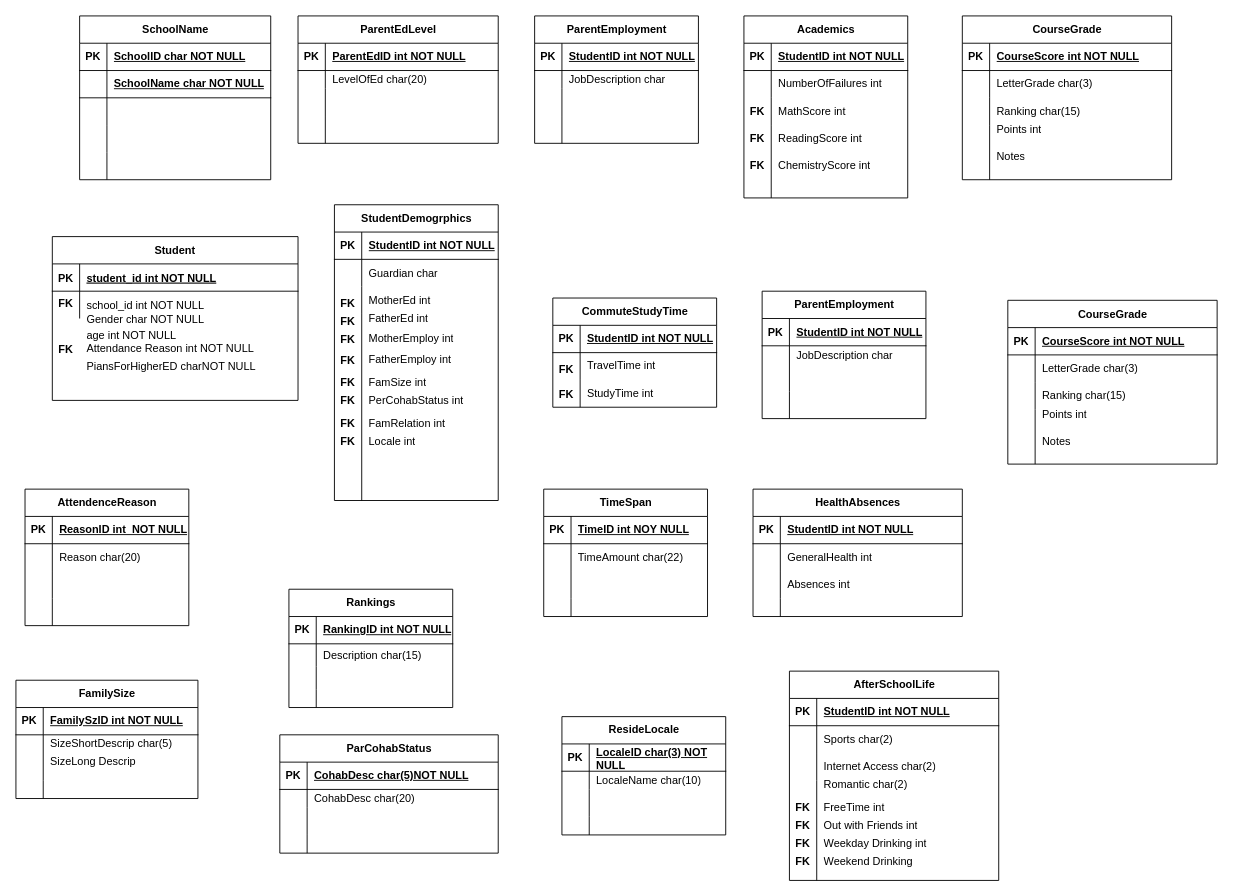
burplace/jmm keeps this draw.io diagram as Untitled Diagram.drawio. Above is the earlier version. Source tidied: cells renumbered, new cells numbered last; positions are measured from the earlier drawing's top-left corner, leaving out a move shared by most shapes. Both pictures are drawn from the tidied source at 91%, with x=0, y=0 at pixel (15, 15).
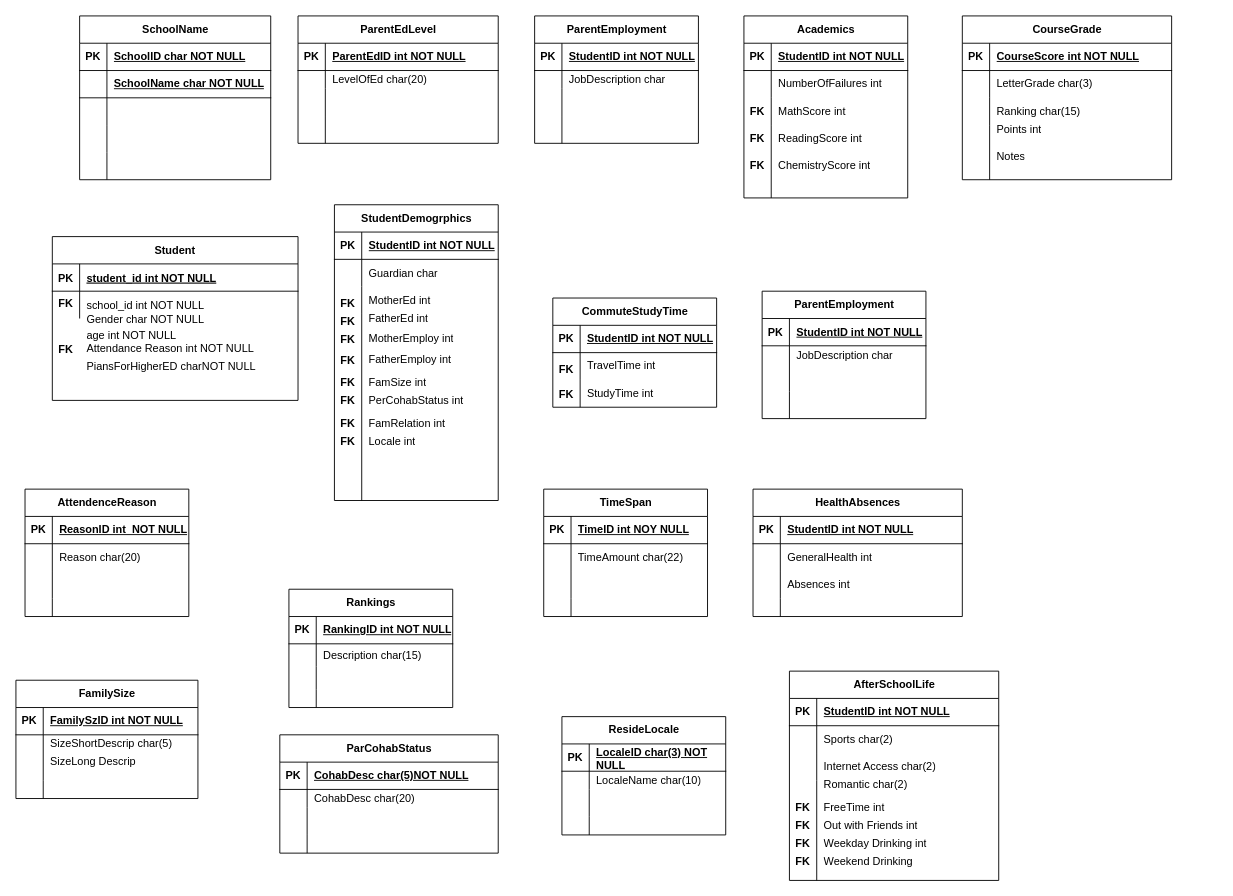
The same page after the edit.

Unchanged cells that the change refers to:
```xml
<mxCell id="213" style="shape=tableRow;horizontal=0;startSize=0;swimlaneHead=0;swimlaneBody=0;fillColor=none;top=0;left=0;right=0;bottom=0;" parent="1" vertex="1">
  <mxGeometry x="1040" y="397.5" width="180" height="80" as="geometry" />
</mxCell>
```

The edit, as a diff of the source:
```diff
@@
     <mxCell id="81" value="AttendenceReason" style="shape=table;startSize=30;childLayout=tableLayout;rowLines=0;fontStyle=1;align=center;html=1;" parent="1" vertex="1">
-      <mxGeometry x="10" y="520" width="180" height="150" as="geometry" />
+      <mxGeometry x="10" y="520" width="180" height="140" as="geometry" />
     </mxCell>
@@
     <mxCell id="91" style="shape=tableRow;horizontal=0;startSize=0;swimlaneHead=0;swimlaneBody=0;fillColor=none;top=0;left=0;right=0;bottom=0;" parent="81" vertex="1">
-      <mxGeometry y="120" width="180" height="30" as="geometry" />
+      <mxGeometry y="120" width="180" height="20" as="geometry" />
     </mxCell>
     <mxCell id="92" style="shape=partialRectangle;fillColor=none;top=0;left=0;bottom=0;right=0;overflow=hidden;whiteSpace=wrap;html=1;" parent="91" vertex="1">
-      <mxGeometry width="30" height="30" as="geometry" />
+      <mxGeometry width="30" height="20" as="geometry" />
     </mxCell>
     <mxCell id="93" style="shape=partialRectangle;fillColor=none;top=0;left=0;bottom=0;right=0;align=left;spacingLeft=6;overflow=hidden;whiteSpace=wrap;html=1;" parent="91" vertex="1">
-      <mxGeometry x="30" width="150" height="30" as="geometry" />
+      <mxGeometry x="30" width="150" height="20" as="geometry" />
     </mxCell>
@@
-    <mxCell id="215" style="shape=partialRectangle;fillColor=none;top=0;left=0;bottom=0;right=0;align=left;spacingLeft=6;overflow=hidden;whiteSpace=wrap;html=1;" parent="213" vertex="1">
-      <mxGeometry x="30" width="150" height="80" as="geometry" />
-    </mxCell>
@@
-    <mxCell id="242" value="CourseGrade" style="shape=table;startSize=30;childLayout=tableLayout;rowLines=0;fontStyle=1;align=center;html=1;" parent="1" vertex="1">
-      <mxGeometry x="1090" y="312.5" width="230" height="180" as="geometry" />
-    </mxCell>
-    <mxCell id="243" style="shape=tableRow;horizontal=0;startSize=0;swimlaneHead=0;swimlaneBody=0;fillColor=none;top=0;left=0;right=0;bottom=1;" parent="242" vertex="1">
-      <mxGeometry y="30" width="230" height="30" as="geometry" />
-    </mxCell>
-    <mxCell id="244" value="PK" style="shape=partialRectangle;fillColor=none;top=0;left=0;bottom=0;right=0;fontStyle=1;overflow=hidden;whiteSpace=wrap;html=1;" parent="243" vertex="1">
-      <mxGeometry width="30" height="30" as="geometry" />
-    </mxCell>
-    <mxCell id="245" value="CourseScore int NOT NULL" style="shape=partialRectangle;fillColor=none;top=0;left=0;bottom=0;right=0;align=left;spacingLeft=6;fontStyle=5;overflow=hidden;whiteSpace=wrap;html=1;" parent="243" vertex="1">
-      <mxGeometry x="30" width="200" height="30" as="geometry" />
-    </mxCell>
-    <mxCell id="246" style="shape=tableRow;horizontal=0;startSize=0;swimlaneHead=0;swimlaneBody=0;fillColor=none;top=0;left=0;right=0;bottom=0;" parent="242" vertex="1">
-      <mxGeometry y="60" width="230" height="30" as="geometry" />
-    </mxCell>
-    <mxCell id="247" style="shape=partialRectangle;fillColor=none;top=0;left=0;bottom=0;right=0;overflow=hidden;whiteSpace=wrap;html=1;" parent="246" vertex="1">
-      <mxGeometry width="30" height="30" as="geometry" />
-    </mxCell>
-    <mxCell id="248" value="LetterGrade char(3)" style="shape=partialRectangle;fillColor=none;top=0;left=0;bottom=0;right=0;align=left;spacingLeft=6;overflow=hidden;whiteSpace=wrap;html=1;" parent="246" vertex="1">
-      <mxGeometry x="30" width="200" height="30" as="geometry" />
-    </mxCell>
-    <mxCell id="249" style="shape=tableRow;horizontal=0;startSize=0;swimlaneHead=0;swimlaneBody=0;fillColor=none;top=0;left=0;right=0;bottom=0;" parent="242" vertex="1">
-      <mxGeometry y="90" width="230" height="30" as="geometry" />
-    </mxCell>
-    <mxCell id="250" style="shape=partialRectangle;fillColor=none;top=0;left=0;bottom=0;right=0;overflow=hidden;whiteSpace=wrap;html=1;" parent="249" vertex="1">
-      <mxGeometry width="30" height="30" as="geometry" />
-    </mxCell>
-    <mxCell id="251" value="Ranking char(15)" style="shape=partialRectangle;fillColor=none;top=0;left=0;bottom=0;right=0;align=left;spacingLeft=6;overflow=hidden;whiteSpace=wrap;html=1;" parent="249" vertex="1">
-      <mxGeometry x="30" width="200" height="30" as="geometry" />
-    </mxCell>
-    <mxCell id="252" style="shape=tableRow;horizontal=0;startSize=0;swimlaneHead=0;swimlaneBody=0;fillColor=none;top=0;left=0;right=0;bottom=0;" parent="242" vertex="1">
-      <mxGeometry y="120" width="230" height="60" as="geometry" />
-    </mxCell>
-    <mxCell id="253" style="shape=partialRectangle;fillColor=none;top=0;left=0;bottom=0;right=0;overflow=hidden;whiteSpace=wrap;html=1;" parent="252" vertex="1">
-      <mxGeometry width="30" height="60" as="geometry" />
-    </mxCell>
-    <mxCell id="254" style="shape=partialRectangle;fillColor=none;top=0;left=0;bottom=0;right=0;align=left;spacingLeft=6;overflow=hidden;whiteSpace=wrap;html=1;" parent="252" vertex="1">
-      <mxGeometry x="30" width="200" height="60" as="geometry" />
-    </mxCell>
-    <mxCell id="255" value="Points int" style="shape=partialRectangle;fillColor=none;top=0;left=0;bottom=0;right=0;align=left;spacingLeft=6;overflow=hidden;whiteSpace=wrap;html=1;" parent="1" vertex="1">
-      <mxGeometry x="1120" y="422.5" width="200" height="30" as="geometry" />
-    </mxCell>
-    <mxCell id="256" value="Notes" style="shape=partialRectangle;fillColor=none;top=0;left=0;bottom=0;right=0;align=left;spacingLeft=6;overflow=hidden;whiteSpace=wrap;html=1;" parent="1" vertex="1">
-      <mxGeometry x="1120" y="452.5" width="200" height="30" as="geometry" />
-    </mxCell>
```
